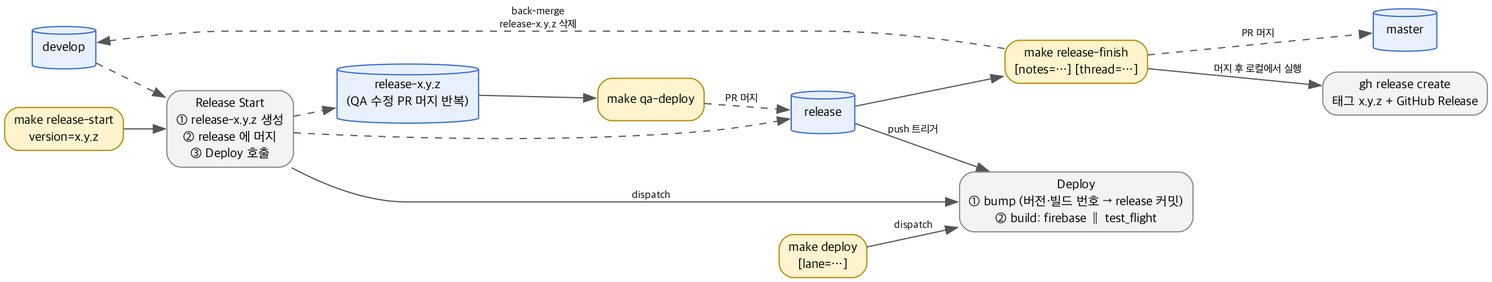
Earlier version of the Graphviz export docs/github-actions-flow.png (JunHyeok0206/iOS-release-pipeline-sandbox). Its source is kept beside it as docs/github-actions-flow.dot.
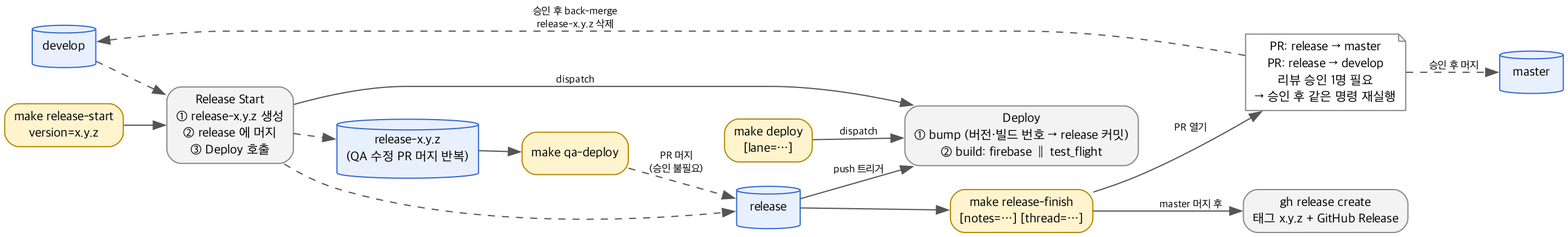
The same diagram one commit later.

Commit message:
docs: 순서도에 release-finish 의 PR 승인 단계와 qa-deploy 승인 불필요 표기

What changed in the source:
```diff
@@ -21,6 +21,9 @@
     wf_deploy [label="Deploy\n① bump (버전·빌드 번호 → release 커밋)\n② build: firebase ∥ test_flight"]
     gh_rel    [label="gh release create\n태그 x.y.z + GitHub Release"]
 
+    node [shape=note, style="filled", fillcolor="#FFFFFF", color="#888888"]
+    pr_finish [label="PR: release → master\nPR: release → develop\n리뷰 승인 1명 필요\n→ 승인 후 같은 명령 재실행"]
+
     cmd_start -> wf_start
     develop   -> wf_start [style=dashed]
     wf_start  -> relx     [style=dashed]
@@ -28,13 +31,14 @@
     wf_start  -> wf_deploy [label="dispatch"]
 
     relx    -> cmd_qa
-    cmd_qa  -> release   [label="PR 머지", style=dashed]
+    cmd_qa  -> release   [label="PR 머지\n(승인 불필요)", style=dashed]
     release -> wf_deploy [label="push 트리거"]
     cmd_deploy -> wf_deploy [label="dispatch"]
 
     release    -> cmd_finish
-    cmd_finish -> master  [label="PR 머지", style=dashed]
-    cmd_finish -> gh_rel  [label="머지 후 로컬에서 실행"]
-    cmd_finish -> develop [label="back-merge\nrelease-x.y.z 삭제", style=dashed]
+    cmd_finish -> pr_finish [label="PR 열기"]
+    pr_finish  -> master  [label="승인 후 머지", style=dashed]
+    cmd_finish -> gh_rel  [label="master 머지 후"]
+    pr_finish  -> develop [label="승인 후 back-merge\nrelease-x.y.z 삭제", style=dashed]
 
 }
```
